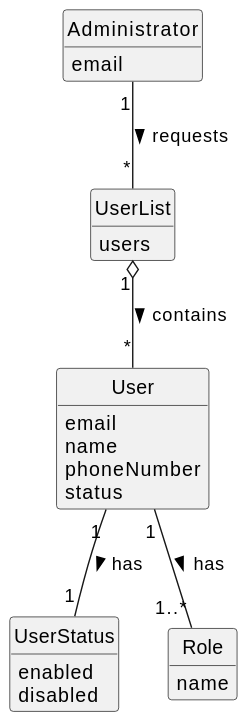
Above: docs/user-stories/02-identity-and-backoffice/US033/02.analysis/svg/US033-DM.svg in 1240537-brunorodrigues/sem4pi-2526-individual-1240537 (PlantUML), before the change.
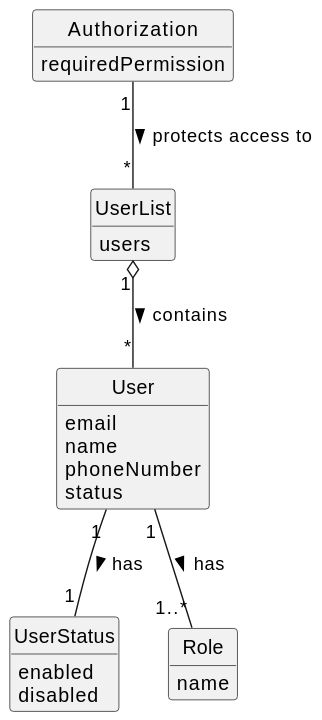
Later version of the same file.

Change to the diagram source:
```diff
@@ -7,10 +7,6 @@
 skinparam packageStyle rectangle
 skinparam shadowing false
 skinparam classAttributeIconSize 0
-
-class Administrator {
-    email
-}
 
 class User {
     email
@@ -32,8 +28,12 @@
     users
 }
 
-Administrator "1" -- "*" UserList : requests >
+class Authorization {
+    requiredPermission
+}
+
 UserList "1" o-- "*" User : contains >
 User "1" -- "1" UserStatus : has >
 User "1" -- "1..*" Role : has >
+Authorization "1" -- "*" UserList : protects access to >
 @enduml
```
